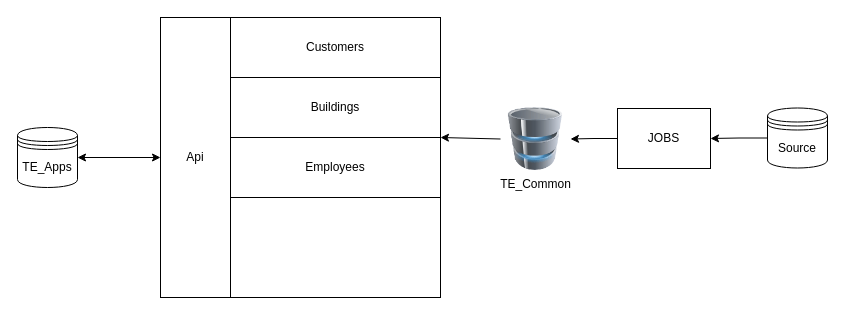
byok22/backend keeps this draw.io diagram as page "Opcion Monotilos" (5 of 5) of Untitled Diagram.drawio. Above is the earlier version. Source tidied: cells renumbered, new cells numbered last; positions are measured from the earlier drawing's top-left corner, leaving out a move shared by most shapes. Both pictures are drawn from the tidied source at 100%, with x=0, y=0 at pixel (17, 17).
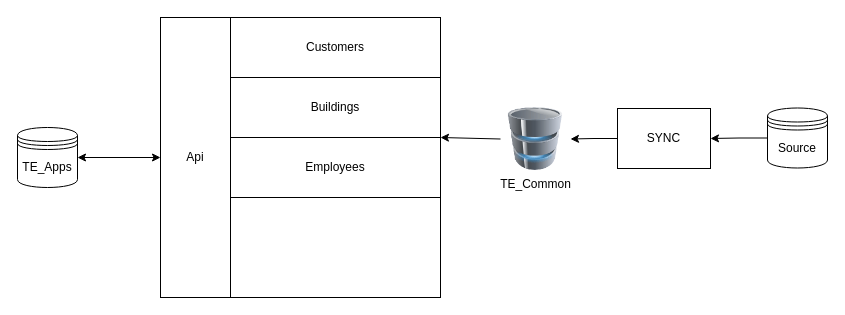
Above is the later version.

What changed in the source:
```diff
@@
 <mxGraphModel>
   <root>
     <mxCell id="0" />
     <mxCell id="1" parent="0" />
     <mxCell id="2" style="whiteSpace=wrap;html=1;" parent="1" vertex="1">
       <mxGeometry x="143" width="280" height="280" as="geometry" />
     </mxCell>
     <mxCell id="3" value="&lt;div&gt;TE_Common&lt;/div&gt;" style="image;html=1;image=img/lib/clip_art/computers/Database_128x128.png;" parent="1" vertex="1">
       <mxGeometry x="483" y="90" width="70" height="63" as="geometry" />
     </mxCell>
     <mxCell id="4" value="Api" style="rounded=0;whiteSpace=wrap;html=1;" parent="1" vertex="1">
       <mxGeometry x="143" width="70" height="280" as="geometry" />
     </mxCell>
     <mxCell id="5" value="Customers" style="rounded=0;whiteSpace=wrap;html=1;" parent="1" vertex="1">
       <mxGeometry x="213" width="210" height="60" as="geometry" />
     </mxCell>
     <mxCell id="6" value="Employees" style="rounded=0;whiteSpace=wrap;html=1;" parent="1" vertex="1">
       <mxGeometry x="213" y="120" width="210" height="60" as="geometry" />
     </mxCell>
     <mxCell id="7" value="Buildings" style="rounded=0;whiteSpace=wrap;html=1;" parent="1" vertex="1">
       <mxGeometry x="213" y="60" width="210" height="60" as="geometry" />
     </mxCell>
     <mxCell id="8" style="edgeStyle=orthogonalEdgeStyle;rounded=0;jettySize=auto;html=1;" parent="1" edge="1" source="9" target="3">
       <mxGeometry relative="1" as="geometry" />
     </mxCell>
-    <mxCell id="9" value="JOBS" style="rounded=0;whiteSpace=wrap;html=1;" parent="1" vertex="1">
+    <mxCell id="9" value="SYNC" style="rounded=0;whiteSpace=wrap;html=1;" parent="1" vertex="1">
       <mxGeometry x="600" y="91" width="93" height="60" as="geometry" />
     </mxCell>
     <mxCell id="10" style="endArrow=classic;html=1;rounded=0;entryX=1;entryY=1;entryDx=0;entryDy=0;exitX=0;exitY=0.5;exitDx=0;exitDy=0;" parent="1" edge="1" source="3" target="7">
       <mxGeometry relative="1" as="geometry" />
     </mxCell>
     <mxCell id="11" style="edgeStyle=orthogonalEdgeStyle;rounded=0;jettySize=auto;html=1;" parent="1" edge="1" source="12" target="9">
       <mxGeometry relative="1" as="geometry" />
     </mxCell>
     <mxCell id="12" value="Source" style="shape=datastore;whiteSpace=wrap;html=1;" parent="1" vertex="1">
       <mxGeometry x="750" y="90.5" width="60" height="60" as="geometry" />
     </mxCell>
     <mxCell id="13" value="&lt;div&gt;TE_Apps&lt;/div&gt;" style="shape=datastore;whiteSpace=wrap;html=1;" parent="1" vertex="1">
       <mxGeometry y="110" width="60" height="60" as="geometry" />
     </mxCell>
     <mxCell id="14" style="endArrow=classic;startArrow=classic;html=1;rounded=0;entryX=0;entryY=0.5;entryDx=0;entryDy=0;exitX=1;exitY=0.5;exitDx=0;exitDy=0;" parent="1" edge="1" source="13" target="4">
       <mxGeometry relative="1" as="geometry" />
     </mxCell>
   </root>
 </mxGraphModel>
```
